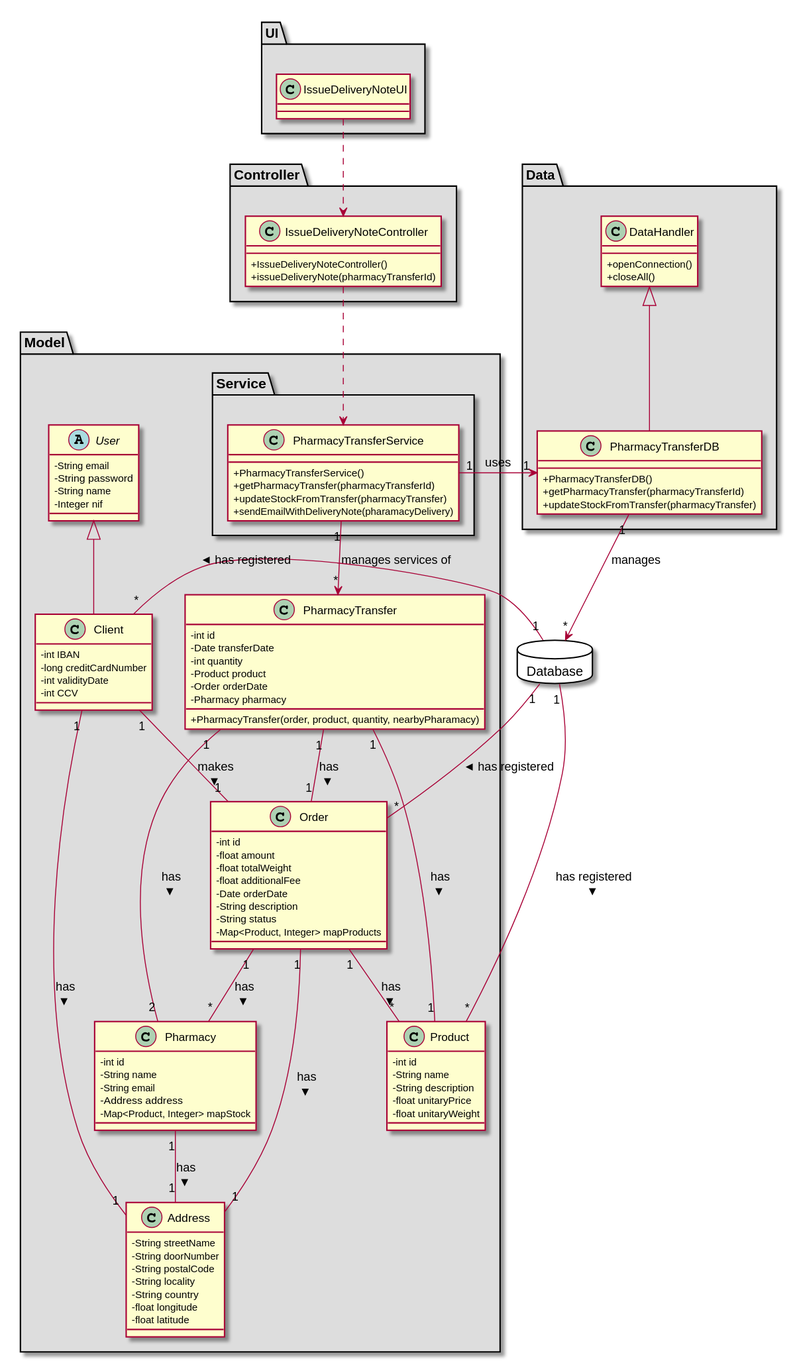
tiagoavcosta25/LAPR3 keeps this PlantUML diagram as docs/Iteration 2/Pharmacy Management/US203_IssueDeliveryNote/US203_CD.svg. Above is the earlier version. Its diagram source:
```plantuml
@startuml
skinparam classAttributeIconSize 0


package "UI" #DDDDDD {
class IssueDeliveryNoteUI{
}
}

package "Controller" #DDDDDD {
class IssueDeliveryNoteController{
+IssueDeliveryNoteController()
+issueDeliveryNote(pharmacyTransferId)
}
}

package "Model" #DDDDDD {

package "Service" #DDDDDD {
      class PharmacyTransferService{
                +PharmacyTransferService()
                +getPharmacyTransfer(pharmacyTransferId)
                +updateStockFromTransfer(pharmacyTransfer)
                +sendEmailWithDeliveryNote(pharamacyDelivery)
            }
 }

abstract class User{
-String email
-String password
-String name
-Integer nif
}

class Client{
-   int IBAN
-   long creditCardNumber
-   int validityDate
-   int CCV
}

class Address{
-   String streetName
-   String doorNumber
-   String postalCode
-   String locality
-   String country
-   float longitude
-   float latitude
}

class Pharmacy{
-   int id
-   String name
-   String email
-   Address address
-   Map<Product, Integer> mapStock
}

class Order{
-   int id
-   float amount
-   float totalWeight
-   float additionalFee
-   Date orderDate
-   String description
-   String status
-   Map<Product, Integer> mapProducts
}

class Product{
-   int id
-   String name
-   String description
-   float unitaryPrice
-   float unitaryWeight
}

class PharmacyTransfer{
-   int id
-   Date transferDate
-   int quantity
-   Product product
-   Order orderDate
-   Pharmacy pharmacy
+PharmacyTransfer(order, product, quantity, nearbyPharamacy)
}

}


package "Data" #DDDDDD {
class DataHandler{
    +openConnection()
    +closeAll()
}

class PharmacyTransferDB{
   +PharmacyTransferDB()
   +getPharmacyTransfer(pharmacyTransferId)
   +updateStockFromTransfer(pharmacyTransfer)
}
}

database Database {
}

class PharmacyTransferDB extends DataHandler
class Client extends User

IssueDeliveryNoteUI ..> IssueDeliveryNoteController
IssueDeliveryNoteController ..> PharmacyTransferService

PharmacyTransferDB "1" --> "*" Database : manages
PharmacyTransferService "1" --> "*" PharmacyTransfer : manages services of
PharmacyTransferService "1" --> "1" PharmacyTransferDB : uses
Database "1" -- "*" Order : has registered >
Database "1" -- "*" Product : has registered >
Database "1" -- "*" Client : has registered >
Pharmacy "1" -- "1" Address : has >
Order "1" -- "*" Product : has >
Order "1" -- "*" Pharmacy : has >
Client "1" -- "1" Order : makes >
Client "1" -- "1" Address : has >
Order "1" -- "1" Address : has >
PharmacyTransfer "1" -- "2" Pharmacy : has >
PharmacyTransfer "1" -- "1" Product : has >
PharmacyTransfer "1" -- "1" Order : has >

@enduml
```
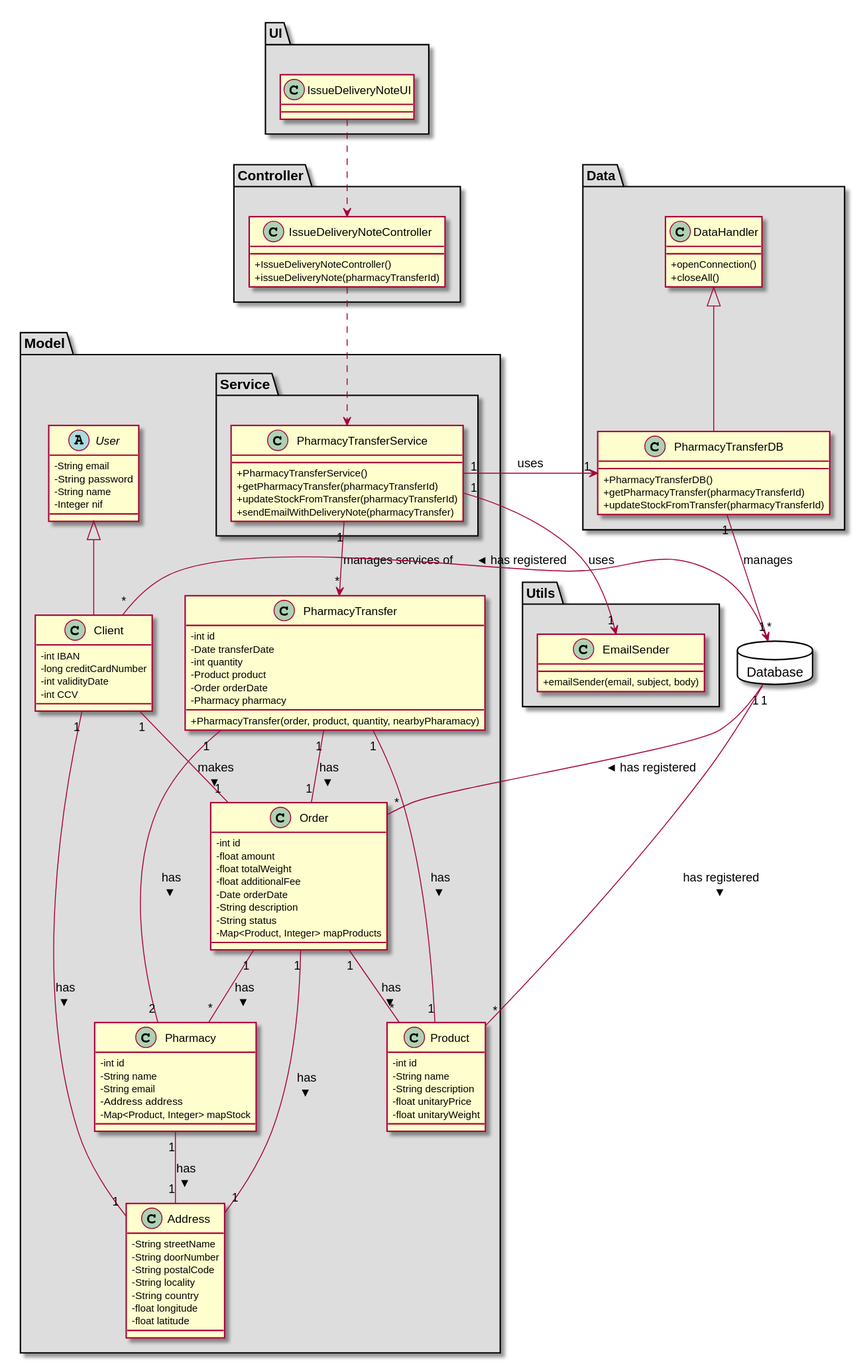
Later version of the same file.

Change to the diagram source:
```diff
@@ -14,14 +14,20 @@
 }
 }
 
+package "Utils" #DDDDDD {
+class EmailSender{
++emailSender(email, subject, body)
+}
+}
+
 package "Model" #DDDDDD {
 
 package "Service" #DDDDDD {
       class PharmacyTransferService{
                 +PharmacyTransferService()
                 +getPharmacyTransfer(pharmacyTransferId)
-                +updateStockFromTransfer(pharmacyTransfer)
-                +sendEmailWithDeliveryNote(pharamacyDelivery)
+                +updateStockFromTransfer(pharmacyTransferId)
+                +sendEmailWithDeliveryNote(pharmacyTransfer)
             }
  }
 
@@ -98,7 +104,7 @@
 class PharmacyTransferDB{
    +PharmacyTransferDB()
    +getPharmacyTransfer(pharmacyTransferId)
-   +updateStockFromTransfer(pharmacyTransfer)
+   +updateStockFromTransfer(pharmacyTransferId)
 }
 }
 
@@ -114,6 +120,7 @@
 PharmacyTransferDB "1" --> "*" Database : manages
 PharmacyTransferService "1" --> "*" PharmacyTransfer : manages services of
 PharmacyTransferService "1" --> "1" PharmacyTransferDB : uses
+PharmacyTransferService "1" --> "1" EmailSender : uses
 Database "1" -- "*" Order : has registered >
 Database "1" -- "*" Product : has registered >
 Database "1" -- "*" Client : has registered >
```
